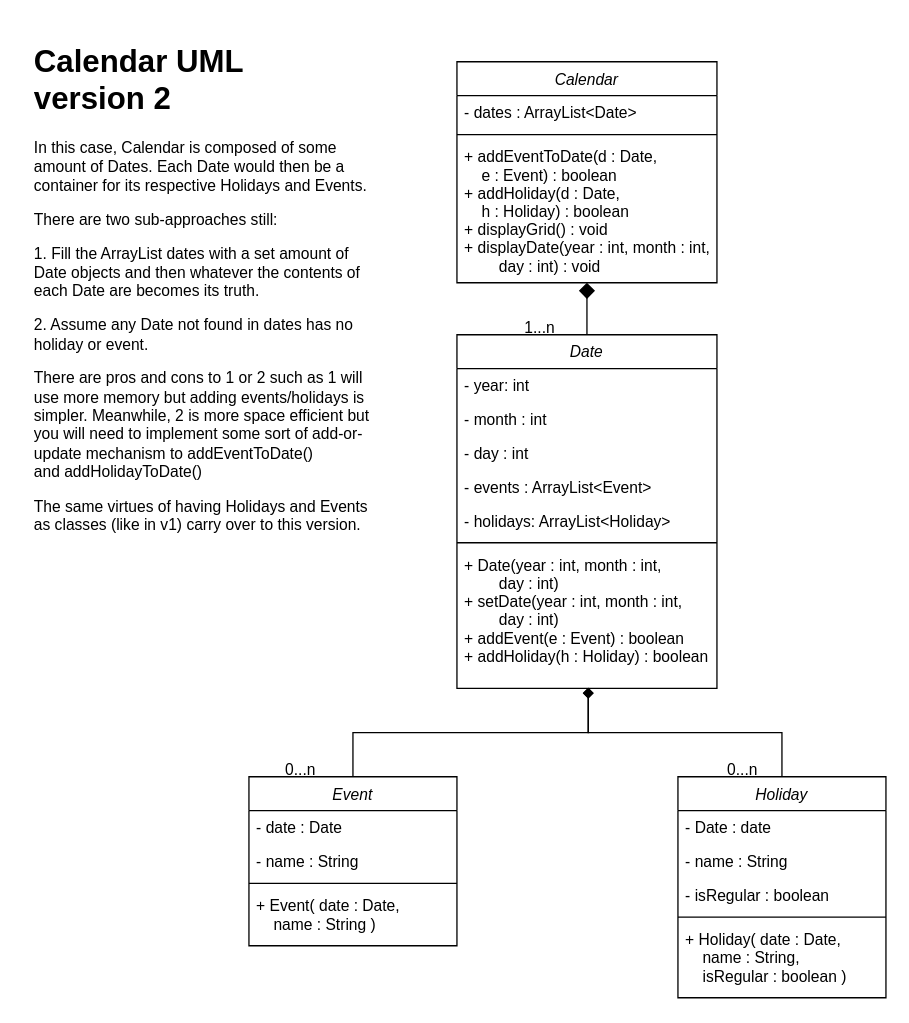
This is Calendar UML v2.drawio from arielampol/S12_Demo, a draw.io file, before an edit. Source tidied: cells renumbered, new cells numbered last; positions are measured from the earlier drawing's top-left corner, leaving out a move shared by most shapes. Both pictures are drawn from the tidied source at 130%, with x=0, y=0 at pixel (27, 35).
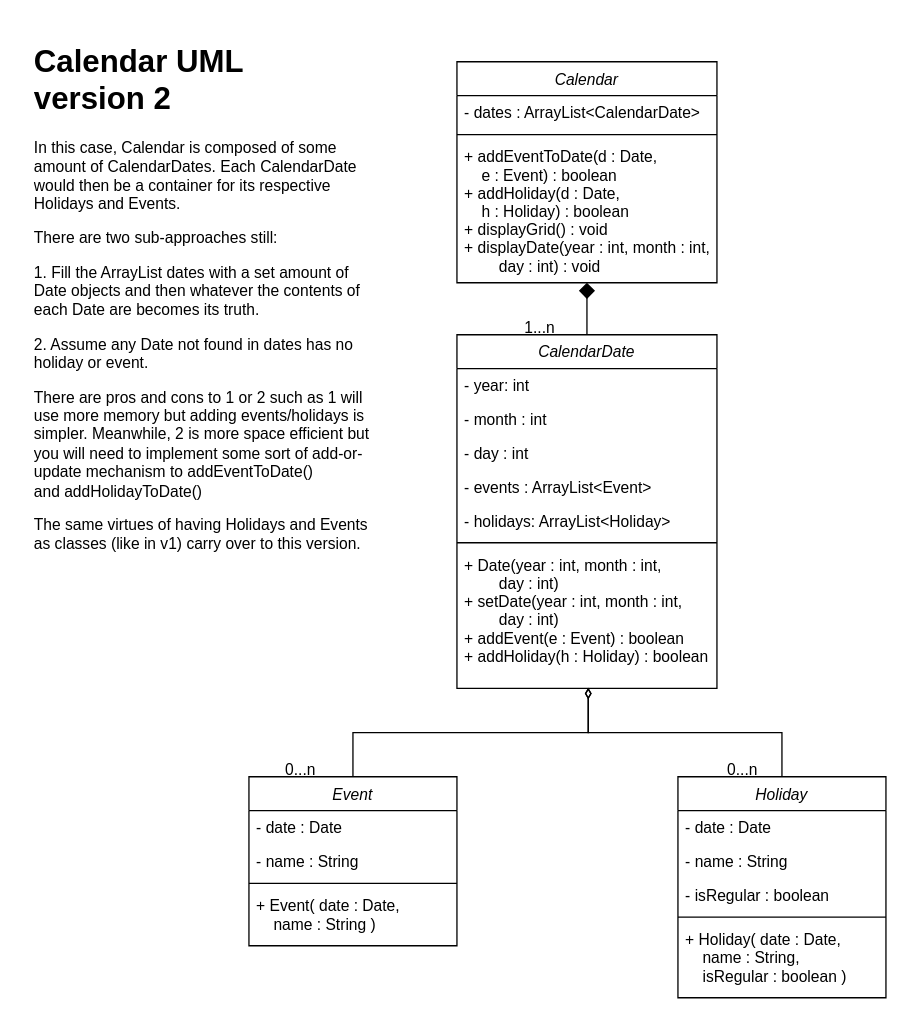
The same page after the edit.

The change refers to these unchanged cells:
```xml
<mxCell id="2" value="Calendar" style="swimlane;fontStyle=2;align=center;verticalAlign=top;horizontal=1;startSize=26;rounded=0;shadow=0;strokeWidth=1;" parent="1" vertex="1">
  <mxGeometry x="330" y="20" width="200" height="170" as="geometry" />
</mxCell>
<mxCell id="7" value="Event" style="swimlane;fontStyle=2;align=center;verticalAlign=top;horizontal=1;startSize=26;rounded=0;shadow=0;strokeWidth=1;" parent="1" vertex="1">
  <mxGeometry x="170" y="570" width="160" height="130" as="geometry" />
</mxCell>
<mxCell id="13" value="Holiday" style="swimlane;fontStyle=2;align=center;verticalAlign=top;horizontal=1;startSize=26;rounded=0;shadow=0;strokeWidth=1;" parent="1" vertex="1">
  <mxGeometry x="500" y="570" width="160" height="170" as="geometry" />
</mxCell>
<mxCell id="27" value="+ Date(year : int, month : int,&#10;        day : int)&#10;+ setDate(year : int, month : int,&#10;        day : int)&#10;+ addEvent(e : Event) : boolean&#10;+ addHoliday(h : Holiday) : boolean&#10;" style="text;align=left;verticalAlign=top;spacingLeft=4;spacingRight=4;overflow=hidden;points=[[0,0.5],[1,0.5]];portConstraint=eastwest;" parent="20" vertex="1">
  <mxGeometry y="164" width="200" height="108" as="geometry" />
</mxCell>
```

The edit, as a diff of the source:
```diff
@@
-    <mxCell id="3" value="- dates : ArrayList&lt;Date&gt;" style="text;align=left;verticalAlign=top;spacingLeft=4;spacingRight=4;overflow=hidden;" parent="2" vertex="1">
+    <mxCell id="3" value="- dates : ArrayList&lt;CalendarDate&gt;" style="text;align=left;verticalAlign=top;spacingLeft=4;spacingRight=4;overflow=hidden;" parent="2" vertex="1">
       <mxGeometry y="26" width="200" height="26" as="geometry" />
     </mxCell>
@@
-    <mxCell id="6" style="edgeStyle=orthogonalEdgeStyle;rounded=0;jettySize=auto;html=1;exitX=0.5;exitY=0;exitDx=0;exitDy=0;entryX=0.505;entryY=0.995;entryDx=0;entryDy=0;entryPerimeter=0;endArrow=diamond;endFill=1;" parent="1" edge="1" source="7" target="27">
+    <mxCell id="6" style="edgeStyle=orthogonalEdgeStyle;rounded=0;jettySize=auto;html=1;exitX=0.5;exitY=0;exitDx=0;exitDy=0;entryX=0.505;entryY=0.995;entryDx=0;entryDy=0;entryPerimeter=0;endArrow=diamondThin;endFill=0;" parent="1" edge="1" source="7" target="27">
       <mxGeometry relative="1" as="geometry" />
     </mxCell>
@@
-    <mxCell id="12" style="edgeStyle=orthogonalEdgeStyle;rounded=0;jettySize=auto;html=1;exitX=0.5;exitY=0;exitDx=0;exitDy=0;entryX=0.505;entryY=0.996;entryDx=0;entryDy=0;entryPerimeter=0;endArrow=diamond;endFill=1;" parent="1" edge="1" source="13" target="27">
+    <mxCell id="12" style="edgeStyle=orthogonalEdgeStyle;rounded=0;jettySize=auto;html=1;exitX=0.5;exitY=0;exitDx=0;exitDy=0;entryX=0.505;entryY=0.996;entryDx=0;entryDy=0;entryPerimeter=0;endArrow=diamondThin;endFill=0;" parent="1" edge="1" source="13" target="27">
       <mxGeometry relative="1" as="geometry" />
     </mxCell>
@@
-    <mxCell id="14" value="- Date : date" style="text;align=left;verticalAlign=top;spacingLeft=4;spacingRight=4;overflow=hidden;" parent="13" vertex="1">
+    <mxCell id="14" value="- date : Date" style="text;align=left;verticalAlign=top;spacingLeft=4;spacingRight=4;overflow=hidden;" parent="13" vertex="1">
       <mxGeometry y="26" width="160" height="26" as="geometry" />
     </mxCell>
@@
-    <mxCell id="20" value="Date" style="swimlane;fontStyle=2;align=center;verticalAlign=top;horizontal=1;startSize=26;rounded=0;shadow=0;strokeWidth=1;" parent="1" vertex="1">
+    <mxCell id="20" value="CalendarDate" style="swimlane;fontStyle=2;align=center;verticalAlign=top;horizontal=1;startSize=26;rounded=0;shadow=0;strokeWidth=1;" parent="1" vertex="1">
       <mxGeometry x="330" y="230" width="200" height="272" as="geometry" />
     </mxCell>
@@
-    <mxCell id="28" value="&lt;h1&gt;Calendar UML&lt;br&gt;version 2&lt;/h1&gt;&lt;p&gt;In this case, Calendar is composed of some amount of Dates. Each Date would then be a container for its respective Holidays and Events.&lt;/p&gt;&lt;p&gt;There are two sub-approaches still:&lt;/p&gt;&lt;p&gt;1. Fill the ArrayList dates with a set amount of Date objects and then whatever the contents of each Date are becomes its truth.&lt;/p&gt;&lt;p&gt;2. Assume any Date not found in dates has no holiday or event.&lt;/p&gt;&lt;p&gt;There are pros and cons to 1 or 2 such as 1 will use more memory but adding events/holidays is simpler. Meanwhile, 2 is more space efficient but you will need to implement some sort of add-or-update mechanism to addEventToDate() and&amp;nbsp;addHolidayToDate()&lt;/p&gt;&lt;p&gt;The same virtues of having Holidays and Events as classes (like in v1) carry over to this version.&lt;/p&gt;" style="text;html=1;strokeColor=none;fillColor=none;spacing=5;spacingTop=-20;whiteSpace=wrap;overflow=hidden;rounded=0;shadow=1;" parent="1" vertex="1">
+    <mxCell id="28" value="&lt;h1&gt;Calendar UML&lt;br&gt;version 2&lt;/h1&gt;&lt;p&gt;In this case, Calendar is composed of some amount of CalendarDates. Each CalendarDate would then be a container for its respective Holidays and Events.&lt;/p&gt;&lt;p&gt;There are two sub-approaches still:&lt;/p&gt;&lt;p&gt;1. Fill the ArrayList dates with a set amount of Date objects and then whatever the contents of each Date are becomes its truth.&lt;/p&gt;&lt;p&gt;2. Assume any Date not found in dates has no holiday or event.&lt;/p&gt;&lt;p&gt;There are pros and cons to 1 or 2 such as 1 will use more memory but adding events/holidays is simpler. Meanwhile, 2 is more space efficient but you will need to implement some sort of add-or-update mechanism to addEventToDate() and&amp;nbsp;addHolidayToDate()&lt;/p&gt;&lt;p&gt;The same virtues of having Holidays and Events as classes (like in v1) carry over to this version.&lt;/p&gt;" style="text;html=1;strokeColor=none;fillColor=none;spacing=5;spacingTop=-20;whiteSpace=wrap;overflow=hidden;rounded=0;shadow=1;" parent="1" vertex="1">
       <mxGeometry width="270" height="400" as="geometry" />
     </mxCell>
```
